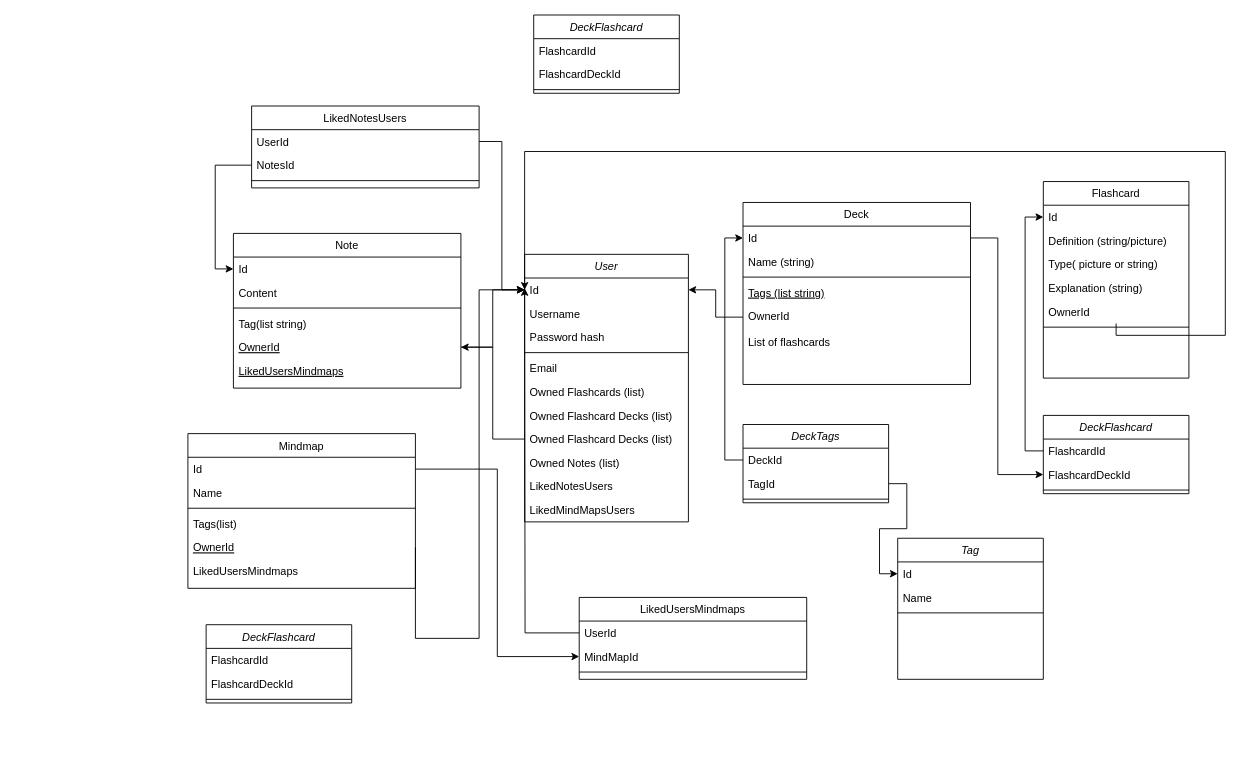
Bubomira/LearnMe keeps this draw.io diagram as db-diagram.drawio. Above is the earlier version. Source tidied: cells renumbered, new cells numbered last; positions are measured from the earlier drawing's top-left corner, leaving out a move shared by most shapes. Both pictures are drawn from the tidied source at 91%, with x=0, y=0 at pixel (187, 15).
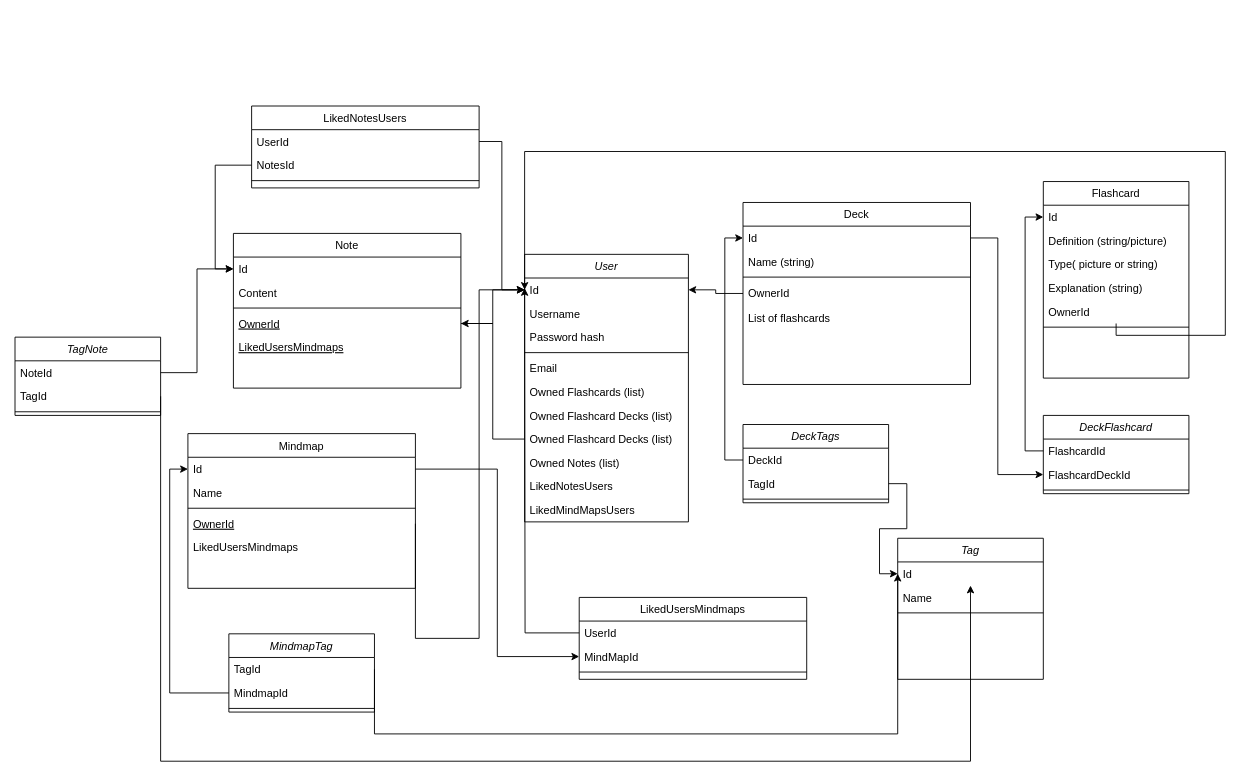
The same page after the edit.

Unchanged cells that the change refers to:
```xml
<mxCell id="14" value="Deck" style="swimlane;fontStyle=0;align=center;verticalAlign=top;horizontal=1;startSize=26;rounded=0;shadow=0;strokeWidth=1;" parent="1" vertex="1">
  <mxGeometry x="610" y="206" width="250" height="200" as="geometry" />
</mxCell>
<mxCell id="36" value="Note" style="swimlane;fontStyle=0;align=center;verticalAlign=top;horizontal=1;startSize=26;rounded=0;shadow=0;strokeWidth=1;" parent="1" vertex="1">
  <mxGeometry x="50" y="240" width="250" height="170" as="geometry" />
</mxCell>
<mxCell id="37" value="Id " style="text;align=left;verticalAlign=top;spacingLeft=4;spacingRight=4;overflow=hidden;points=[[0,0.5],[1,0.5]];portConstraint=eastwest;" parent="36" vertex="1">
  <mxGeometry y="26" width="250" height="26" as="geometry" />
</mxCell>
<mxCell id="50" value="Mindmap" style="swimlane;fontStyle=0;align=center;verticalAlign=top;horizontal=1;startSize=26;rounded=0;shadow=0;strokeWidth=1;" parent="1" vertex="1">
  <mxGeometry y="460" width="250" height="170" as="geometry" />
</mxCell>
<mxCell id="51" value="Id " style="text;align=left;verticalAlign=top;spacingLeft=4;spacingRight=4;overflow=hidden;points=[[0,0.5],[1,0.5]];portConstraint=eastwest;" parent="50" vertex="1">
  <mxGeometry y="26" width="250" height="26" as="geometry" />
</mxCell>
<mxCell id="78" value="Id" style="text;align=left;verticalAlign=top;spacingLeft=4;spacingRight=4;overflow=hidden;points=[[0,0.5],[1,0.5]];portConstraint=eastwest;" parent="77" vertex="1">
  <mxGeometry y="26" width="160" height="26" as="geometry" />
</mxCell>
```

Diff of the diagram source:
```diff
@@
-    <mxCell id="18" value="Tags (list string)" style="text;align=left;verticalAlign=top;spacingLeft=4;spacingRight=4;overflow=hidden;fontStyle=4;" parent="14" vertex="1">
-      <mxGeometry y="86" width="250" height="26" as="geometry" />
-    </mxCell>
     <mxCell id="19" value="OwnerId" style="text;align=left;verticalAlign=top;spacingLeft=4;spacingRight=4;overflow=hidden;points=[[0,0.5],[1,0.5]];portConstraint=eastwest;" parent="14" vertex="1">
-      <mxGeometry y="112" width="250" height="28" as="geometry" />
+      <mxGeometry y="86" width="250" height="28" as="geometry" />
     </mxCell>
     <mxCell id="20" value="List of flashcards" style="text;align=left;verticalAlign=top;spacingLeft=4;spacingRight=4;overflow=hidden;" parent="14" vertex="1">
-      <mxGeometry y="140" width="250" height="60" as="geometry" />
+      <mxGeometry y="114" width="250" height="60" as="geometry" />
     </mxCell>
@@
-    <mxCell id="40" value="Tag(list string)" style="text;align=left;verticalAlign=top;spacingLeft=4;spacingRight=4;overflow=hidden;rounded=0;shadow=0;html=0;" parent="36" vertex="1">
-      <mxGeometry y="86" width="250" height="26" as="geometry" />
-    </mxCell>
     <mxCell id="41" value="OwnerId" style="text;align=left;verticalAlign=top;spacingLeft=4;spacingRight=4;overflow=hidden;points=[[0,0.5],[1,0.5]];portConstraint=eastwest;fontStyle=4;" parent="36" vertex="1">
-      <mxGeometry y="112" width="250" height="26" as="geometry" />
+      <mxGeometry y="86" width="250" height="26" as="geometry" />
     </mxCell>
     <mxCell id="42" value="LikedUsersMindmaps" style="text;align=left;verticalAlign=top;spacingLeft=4;spacingRight=4;overflow=hidden;fontStyle=4;" parent="36" vertex="1">
-      <mxGeometry y="138" width="250" height="26" as="geometry" />
+      <mxGeometry y="112" width="250" height="26" as="geometry" />
     </mxCell>
@@
-    <mxCell id="54" value="Tags(list)" style="text;align=left;verticalAlign=top;spacingLeft=4;spacingRight=4;overflow=hidden;rounded=0;shadow=0;html=0;" parent="50" vertex="1">
-      <mxGeometry y="86" width="250" height="26" as="geometry" />
-    </mxCell>
     <mxCell id="55" value="OwnerId" style="text;align=left;verticalAlign=top;spacingLeft=4;spacingRight=4;overflow=hidden;points=[[0,0.5],[1,0.5]];portConstraint=eastwest;fontStyle=4;" parent="50" vertex="1">
-      <mxGeometry y="112" width="250" height="26" as="geometry" />
+      <mxGeometry y="86" width="250" height="26" as="geometry" />
     </mxCell>
     <mxCell id="56" value="LikedUsersMindmaps" style="text;align=left;verticalAlign=top;spacingLeft=4;spacingRight=4;overflow=hidden;rounded=0;shadow=0;html=0;" parent="50" vertex="1">
-      <mxGeometry y="138" width="250" height="26" as="geometry" />
+      <mxGeometry y="112" width="250" height="26" as="geometry" />
     </mxCell>
@@
-    <mxCell id="65" value="DeckFlashcard" style="swimlane;fontStyle=2;align=center;verticalAlign=top;horizontal=1;startSize=26;rounded=0;shadow=0;strokeWidth=1;" parent="1" vertex="1">
-      <mxGeometry x="20" y="670" width="160" height="86" as="geometry" />
+    <mxCell id="65" value="TagNote" style="swimlane;fontStyle=2;align=center;verticalAlign=top;horizontal=1;startSize=26;rounded=0;shadow=0;strokeWidth=1;" parent="1" vertex="1">
+      <mxGeometry x="-190" y="354" width="160" height="86" as="geometry" />
     </mxCell>
-    <mxCell id="66" value="FlashcardId" style="text;align=left;verticalAlign=top;spacingLeft=4;spacingRight=4;overflow=hidden;points=[[0,0.5],[1,0.5]];portConstraint=eastwest;" parent="65" vertex="1">
+    <mxCell id="66" value="NoteId" style="text;align=left;verticalAlign=top;spacingLeft=4;spacingRight=4;overflow=hidden;points=[[0,0.5],[1,0.5]];portConstraint=eastwest;" parent="65" vertex="1">
       <mxGeometry y="26" width="160" height="26" as="geometry" />
     </mxCell>
-    <mxCell id="67" value="FlashcardDeckId" style="text;align=left;verticalAlign=top;spacingLeft=4;spacingRight=4;overflow=hidden;points=[[0,0.5],[1,0.5]];portConstraint=eastwest;rounded=0;shadow=0;html=0;" parent="65" vertex="1">
+    <mxCell id="67" value="TagId" style="text;align=left;verticalAlign=top;spacingLeft=4;spacingRight=4;overflow=hidden;points=[[0,0.5],[1,0.5]];portConstraint=eastwest;rounded=0;shadow=0;html=0;" parent="65" vertex="1">
       <mxGeometry y="52" width="160" height="26" as="geometry" />
     </mxCell>
@@
-    <mxCell id="69" value="DeckFlashcard" style="swimlane;fontStyle=2;align=center;verticalAlign=top;horizontal=1;startSize=26;rounded=0;shadow=0;strokeWidth=1;" parent="1" vertex="1">
-      <mxGeometry x="380" width="160" height="86" as="geometry" />
+    <mxCell id="69" value="MindmapTag" style="swimlane;fontStyle=2;align=center;verticalAlign=top;horizontal=1;startSize=26;rounded=0;shadow=0;strokeWidth=1;" parent="1" vertex="1">
+      <mxGeometry x="45" y="680" width="160" height="86" as="geometry" />
     </mxCell>
-    <mxCell id="70" value="FlashcardId" style="text;align=left;verticalAlign=top;spacingLeft=4;spacingRight=4;overflow=hidden;points=[[0,0.5],[1,0.5]];portConstraint=eastwest;" parent="69" vertex="1">
+    <mxCell id="70" value="TagId" style="text;align=left;verticalAlign=top;spacingLeft=4;spacingRight=4;overflow=hidden;points=[[0,0.5],[1,0.5]];portConstraint=eastwest;" parent="69" vertex="1">
       <mxGeometry y="26" width="160" height="26" as="geometry" />
     </mxCell>
-    <mxCell id="71" value="FlashcardDeckId" style="text;align=left;verticalAlign=top;spacingLeft=4;spacingRight=4;overflow=hidden;points=[[0,0.5],[1,0.5]];portConstraint=eastwest;rounded=0;shadow=0;html=0;" parent="69" vertex="1">
+    <mxCell id="71" value="MindmapId" style="text;align=left;verticalAlign=top;spacingLeft=4;spacingRight=4;overflow=hidden;points=[[0,0.5],[1,0.5]];portConstraint=eastwest;rounded=0;shadow=0;html=0;" parent="69" vertex="1">
       <mxGeometry y="52" width="160" height="26" as="geometry" />
     </mxCell>
@@
+    <mxCell id="83" style="edgeStyle=orthogonalEdgeStyle;rounded=0;jettySize=auto;html=1;exitX=1;exitY=0.5;exitDx=0;exitDy=0;entryX=0;entryY=0.5;entryDx=0;entryDy=0;" parent="1" edge="1" source="66" target="37">
+      <mxGeometry relative="1" as="geometry" />
+    </mxCell>
+    <mxCell id="84" style="edgeStyle=orthogonalEdgeStyle;rounded=0;jettySize=auto;html=1;exitX=1;exitY=0.5;exitDx=0;exitDy=0;" parent="1" edge="1" source="67" target="78">
+      <mxGeometry relative="1" as="geometry">
+        <Array as="points">
+          <mxPoint x="-30" y="820" />
+          <mxPoint x="860" y="820" />
+        </Array>
+      </mxGeometry>
+    </mxCell>
+    <mxCell id="85" style="edgeStyle=orthogonalEdgeStyle;rounded=0;jettySize=auto;html=1;entryX=0;entryY=0.5;entryDx=0;entryDy=0;" parent="1" edge="1" source="71" target="51">
+      <mxGeometry relative="1" as="geometry" />
+    </mxCell>
+    <mxCell id="86" style="edgeStyle=orthogonalEdgeStyle;rounded=0;jettySize=auto;html=1;exitX=1;exitY=0.5;exitDx=0;exitDy=0;entryX=0;entryY=0.5;entryDx=0;entryDy=0;" parent="1" edge="1" source="70" target="78">
+      <mxGeometry relative="1" as="geometry">
+        <Array as="points">
+          <mxPoint x="205" y="790" />
+          <mxPoint x="780" y="790" />
+        </Array>
+      </mxGeometry>
+    </mxCell>
```
